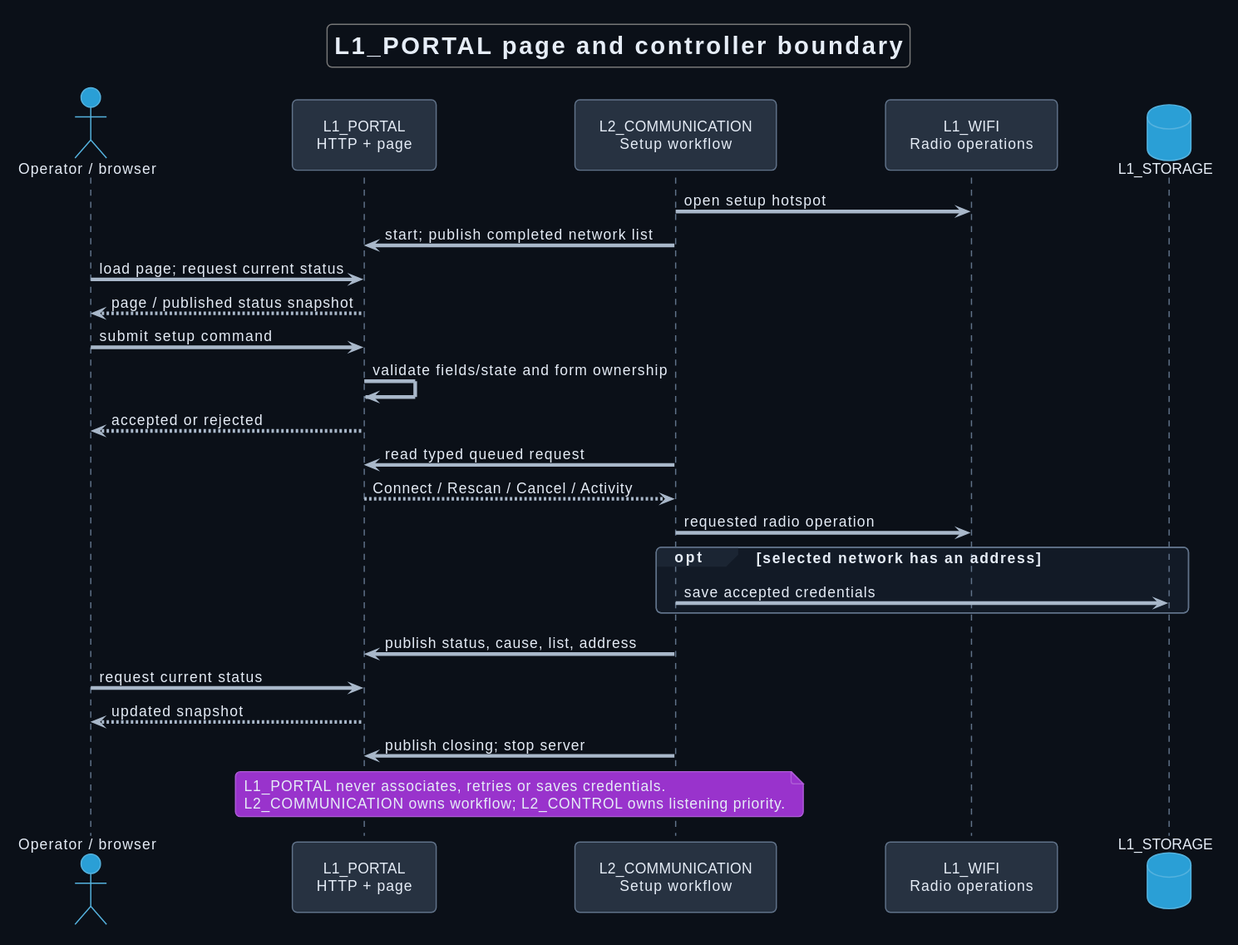
This is Development/system/architecture/PORTAL/rendered/portal_boundary.svg from DemonicPsychoII/DigitalStethoscope, a PlantUML export, as it was before one commit.
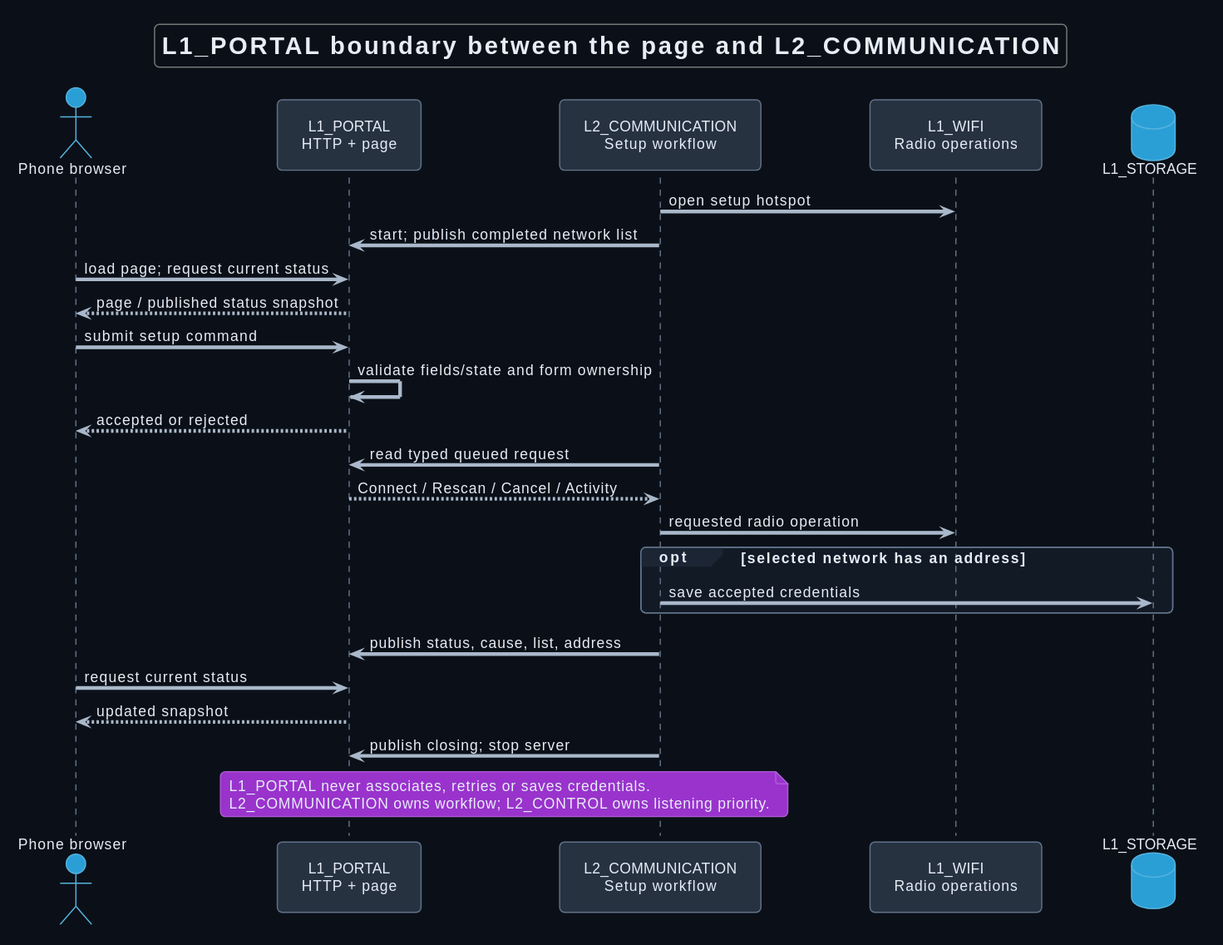
The same file after the commit.

The edit, as a diff of the source:
```diff
@@ -15,8 +15,8 @@
  GroupBackgroundColor #1b2533
 }
 skinparam sequenceGroupBodyBackGroundColor #121a26
-title L1_PORTAL page and controller boundary
-actor "Operator / browser" as Browser
+title L1_PORTAL boundary between the page and L2_COMMUNICATION
+actor "Phone browser" as Browser
 participant "L1_PORTAL\nHTTP + page" as Portal
 participant "L2_COMMUNICATION\nSetup workflow" as Communication
 participant "L1_WIFI\nRadio operations" as Wifi
```
